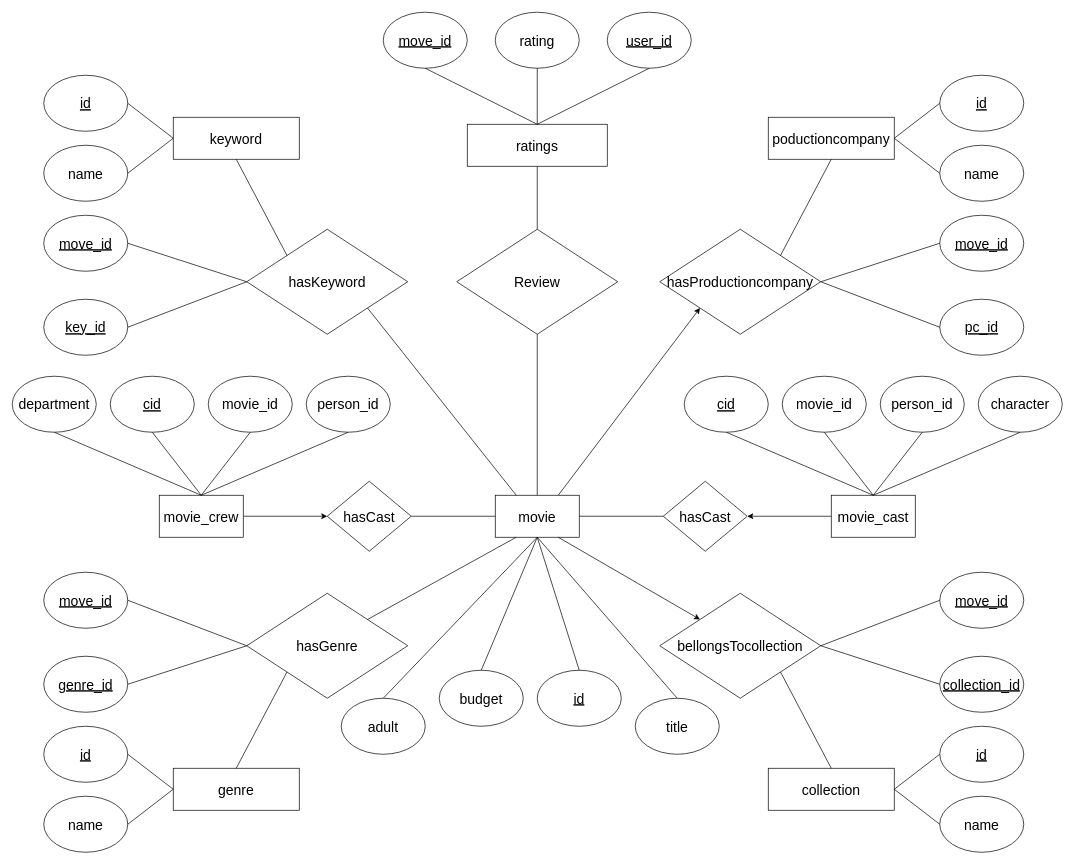
Morthlog/Databases keeps this draw.io diagram as ex 4/ER.drawio. Above is the earlier version. Source tidied: cells renumbered, new cells numbered last; positions are measured from the earlier drawing's top-left corner, leaving out a move shared by most shapes. Both pictures are drawn from the tidied source at 70%, with x=0, y=0 at pixel (12, 12).
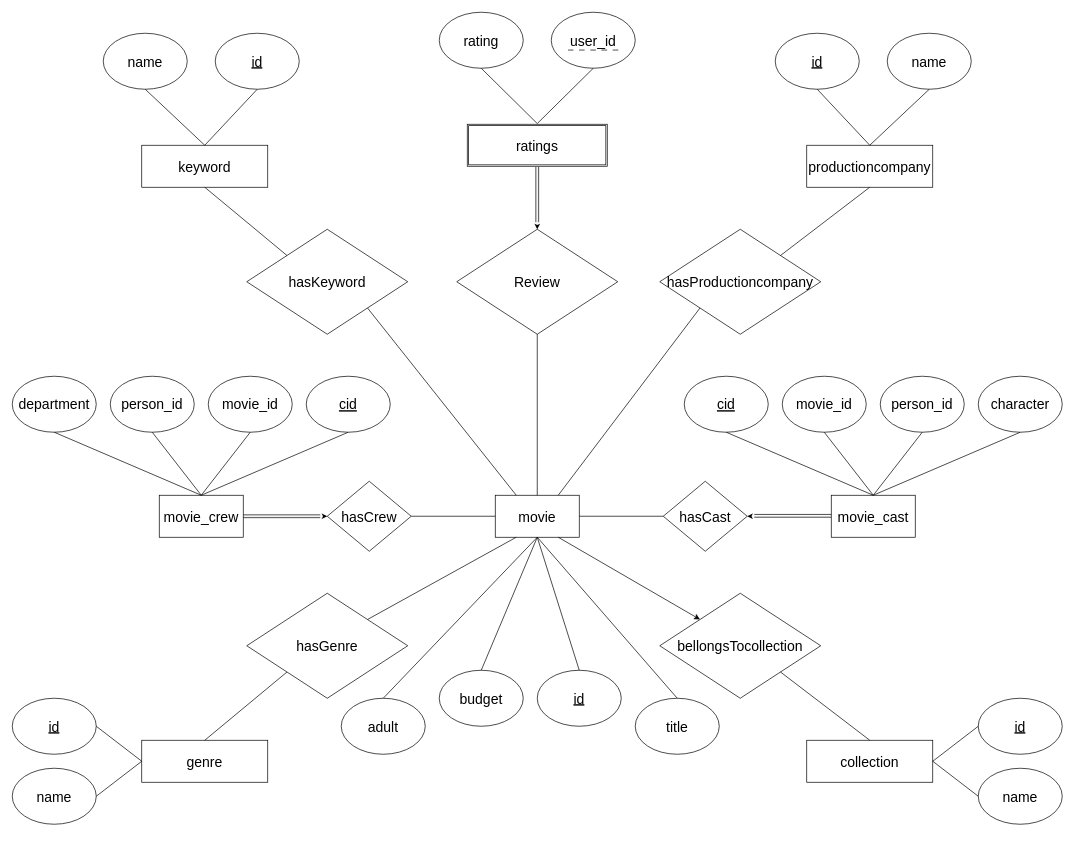
After the change.

The change refers to these unchanged cells:
```xml
<mxCell id="2" value="movie" style="rounded=0;whiteSpace=wrap;html=1;fontSize=20;" parent="1" vertex="1">
  <mxGeometry x="690" y="690" width="120" height="60" as="geometry" />
</mxCell>
<mxCell id="11" value="hasCast" style="rhombus;whiteSpace=wrap;html=1;fontSize=20;" parent="1" vertex="1">
  <mxGeometry x="930" y="670" width="120" height="100" as="geometry" />
</mxCell>
<mxCell id="16" value="movie_cast" style="rounded=0;whiteSpace=wrap;html=1;fontSize=20;" parent="1" vertex="1">
  <mxGeometry x="1170" y="690" width="120" height="60" as="geometry" />
</mxCell>
<mxCell id="17" value="&lt;div&gt;movie_crew&lt;/div&gt;" style="rounded=0;whiteSpace=wrap;html=1;fontSize=20;" parent="1" vertex="1">
  <mxGeometry x="210" y="690" width="120" height="60" as="geometry" />
</mxCell>
<mxCell id="42" value="bellongsTocollection" style="rhombus;whiteSpace=wrap;html=1;fontSize=20;" parent="1" vertex="1">
  <mxGeometry x="925" y="830" width="230" height="150" as="geometry" />
</mxCell>
<mxCell id="55" value="hasGenre" style="rhombus;whiteSpace=wrap;html=1;fontSize=20;" parent="1" vertex="1">
  <mxGeometry x="335" y="830" width="230" height="150" as="geometry" />
</mxCell>
<mxCell id="74" value="hasProductioncompany" style="rhombus;whiteSpace=wrap;html=1;fontSize=20;" parent="1" vertex="1">
  <mxGeometry x="925" y="310" width="230" height="150" as="geometry" />
</mxCell>
<mxCell id="83" value="hasKeyword" style="rhombus;whiteSpace=wrap;html=1;fontSize=20;" parent="1" vertex="1">
  <mxGeometry x="335" y="310" width="230" height="150" as="geometry" />
</mxCell>
<mxCell id="86" value="Review" style="rhombus;whiteSpace=wrap;html=1;fontSize=20;" parent="1" vertex="1">
  <mxGeometry x="635" y="310" width="230" height="150" as="geometry" />
</mxCell>
```

Diff of the diagram source:
```diff
@@
-    <mxCell id="12" value="hasCast" style="rhombus;whiteSpace=wrap;html=1;fontSize=20;" parent="1" vertex="1">
+    <mxCell id="12" value="hasCrew" style="rhombus;whiteSpace=wrap;html=1;fontSize=20;" parent="1" vertex="1">
       <mxGeometry x="450" y="670" width="120" height="100" as="geometry" />
     </mxCell>
@@
-    <mxCell id="15" style="endArrow=classic;html=1;rounded=0;exitX=1;exitY=0.5;exitDx=0;exitDy=0;entryX=0;entryY=0.5;entryDx=0;entryDy=0;" parent="1" edge="1" source="17" target="12">
-      <mxGeometry relative="1" as="geometry" />
-    </mxCell>
@@
-    <mxCell id="18" style="endArrow=classic;html=1;rounded=0;exitX=0;exitY=0.5;exitDx=0;exitDy=0;entryX=1;entryY=0.5;entryDx=0;entryDy=0;" parent="1" edge="1" source="16" target="11">
-      <mxGeometry relative="1" as="geometry" />
-    </mxCell>
@@
-    <mxCell id="22" value="&lt;u&gt;cid&lt;/u&gt;" style="ellipse;whiteSpace=wrap;html=1;fontSize=20;" parent="1" vertex="1">
+    <mxCell id="22" value="person_id" style="ellipse;whiteSpace=wrap;html=1;fontSize=20;" parent="1" vertex="1">
       <mxGeometry x="140" y="520" width="120" height="80" as="geometry" />
     </mxCell>
@@
-    <mxCell id="24" value="person_id" style="ellipse;whiteSpace=wrap;html=1;fontSize=20;" parent="1" vertex="1">
+    <mxCell id="24" value="&lt;u&gt;cid&lt;/u&gt;" style="ellipse;whiteSpace=wrap;html=1;fontSize=20;" parent="1" vertex="1">
       <mxGeometry x="420" y="520" width="120" height="80" as="geometry" />
     </mxCell>
@@
     <mxCell id="33" value="collection" style="rounded=0;whiteSpace=wrap;html=1;fontSize=20;" parent="1" vertex="1">
-      <mxGeometry x="1080" y="1080" width="180" height="60" as="geometry" />
+      <mxGeometry x="1135" y="1040" width="180" height="60" as="geometry" />
     </mxCell>
     <mxCell id="34" value="name" style="ellipse;whiteSpace=wrap;html=1;fontSize=20;" parent="1" vertex="1">
-      <mxGeometry x="1325" y="1120" width="120" height="80" as="geometry" />
+      <mxGeometry x="1380" y="1080" width="120" height="80" as="geometry" />
     </mxCell>
     <mxCell id="35" value="&lt;u&gt;id&lt;/u&gt;" style="ellipse;whiteSpace=wrap;html=1;fontSize=20;" parent="1" vertex="1">
-      <mxGeometry x="1325" y="1020" width="120" height="80" as="geometry" />
+      <mxGeometry x="1380" y="980" width="120" height="80" as="geometry" />
     </mxCell>
@@
-    <mxCell id="38" value="&lt;u&gt;collection_id&lt;/u&gt;" style="ellipse;whiteSpace=wrap;html=1;fontSize=20;" parent="1" vertex="1">
-      <mxGeometry x="1325" y="920" width="120" height="80" as="geometry" />
-    </mxCell>
-    <mxCell id="39" value="&lt;u&gt;move_id&lt;/u&gt;" style="ellipse;whiteSpace=wrap;html=1;fontSize=20;" parent="1" vertex="1">
-      <mxGeometry x="1325" y="800" width="120" height="80" as="geometry" />
-    </mxCell>
-    <mxCell id="40" style="endArrow=none;html=1;rounded=0;entryX=0;entryY=0.5;entryDx=0;entryDy=0;exitX=1;exitY=0.5;exitDx=0;exitDy=0;" parent="1" edge="1" source="42" target="39">
-      <mxGeometry relative="1" as="geometry" />
-    </mxCell>
-    <mxCell id="41" style="endArrow=none;html=1;rounded=0;entryX=0;entryY=0.5;entryDx=0;entryDy=0;exitX=1;exitY=0.5;exitDx=0;exitDy=0;" parent="1" edge="1" source="42" target="38">
-      <mxGeometry relative="1" as="geometry" />
-    </mxCell>
@@
     <mxCell id="45" value="genre" style="rounded=0;whiteSpace=wrap;html=1;fontSize=20;flipH=1;flipV=1;" parent="1" vertex="1">
-      <mxGeometry x="230" y="1080" width="180" height="60" as="geometry" />
+      <mxGeometry x="185" y="1040" width="180" height="60" as="geometry" />
     </mxCell>
     <mxCell id="46" value="name" style="ellipse;whiteSpace=wrap;html=1;fontSize=20;flipH=1;flipV=1;" parent="1" vertex="1">
-      <mxGeometry x="45" y="1120" width="120" height="80" as="geometry" />
+      <mxGeometry y="1080" width="120" height="80" as="geometry" />
     </mxCell>
     <mxCell id="47" value="&lt;u&gt;id&lt;/u&gt;" style="ellipse;whiteSpace=wrap;html=1;fontSize=20;flipH=1;flipV=1;" parent="1" vertex="1">
-      <mxGeometry x="45" y="1020" width="120" height="80" as="geometry" />
+      <mxGeometry y="980" width="120" height="80" as="geometry" />
     </mxCell>
@@
-    <mxCell id="50" value="&lt;u&gt;genre_id&lt;/u&gt;" style="ellipse;whiteSpace=wrap;html=1;fontSize=20;flipH=1;flipV=1;" parent="1" vertex="1">
-      <mxGeometry x="45" y="920" width="120" height="80" as="geometry" />
-    </mxCell>
-    <mxCell id="51" value="&lt;u&gt;move_id&lt;/u&gt;" style="ellipse;whiteSpace=wrap;html=1;fontSize=20;flipH=1;flipV=1;" parent="1" vertex="1">
-      <mxGeometry x="45" y="800" width="120" height="80" as="geometry" />
-    </mxCell>
@@
-    <mxCell id="53" style="endArrow=classic;html=1;rounded=0;exitX=0.75;exitY=0;exitDx=0;exitDy=0;entryX=0;entryY=1;entryDx=0;entryDy=0;" parent="1" edge="1" source="2" target="74">
-      <mxGeometry relative="1" as="geometry" />
-    </mxCell>
@@
-    <mxCell id="56" style="endArrow=none;html=1;rounded=0;entryX=0;entryY=0.5;entryDx=0;entryDy=0;exitX=1;exitY=0.5;exitDx=0;exitDy=0;" parent="1" edge="1" source="50" target="55">
-      <mxGeometry relative="1" as="geometry" />
-    </mxCell>
-    <mxCell id="57" style="endArrow=none;html=1;rounded=0;entryX=0;entryY=0.5;entryDx=0;entryDy=0;exitX=1;exitY=0.5;exitDx=0;exitDy=0;" parent="1" edge="1" source="51" target="55">
-      <mxGeometry relative="1" as="geometry" />
-    </mxCell>
-    <mxCell id="58" value="ratings" style="rounded=0;whiteSpace=wrap;html=1;fontSize=20;flipH=1;flipV=1;" parent="1" vertex="1">
-      <mxGeometry x="650" y="160" width="200" height="60" as="geometry" />
-    </mxCell>
     <mxCell id="59" value="rating" style="ellipse;whiteSpace=wrap;html=1;fontSize=20;flipH=1;flipV=1;" parent="1" vertex="1">
-      <mxGeometry x="690" width="120" height="80" as="geometry" />
+      <mxGeometry x="610" width="120" height="80" as="geometry" />
     </mxCell>
-    <mxCell id="60" value="&lt;u&gt;move_id&lt;/u&gt;" style="ellipse;whiteSpace=wrap;html=1;fontSize=20;flipH=1;flipV=1;" parent="1" vertex="1">
-      <mxGeometry x="530" width="120" height="80" as="geometry" />
-    </mxCell>
-    <mxCell id="61" style="endArrow=none;html=1;rounded=0;entryX=0.5;entryY=1;entryDx=0;entryDy=0;exitX=0.5;exitY=0;exitDx=0;exitDy=0;" parent="1" edge="1" source="58" target="60">
-      <mxGeometry relative="1" as="geometry" />
-    </mxCell>
@@
-    <mxCell id="63" value="&lt;u&gt;user_id&lt;/u&gt;" style="ellipse;whiteSpace=wrap;html=1;fontSize=20;flipH=1;flipV=1;" parent="1" vertex="1">
-      <mxGeometry x="850" width="120" height="80" as="geometry" />
+    <mxCell id="63" value="user_id" style="ellipse;whiteSpace=wrap;html=1;fontSize=20;flipH=1;flipV=1;" parent="1" vertex="1">
+      <mxGeometry x="770" width="120" height="80" as="geometry" />
     </mxCell>
@@
-    <mxCell id="65" value="poductioncompany" style="rounded=0;whiteSpace=wrap;html=1;fontSize=20;" parent="1" vertex="1">
-      <mxGeometry x="1080" y="150" width="180" height="60" as="geometry" />
+    <mxCell id="65" value="productioncompany" style="rounded=0;whiteSpace=wrap;html=1;fontSize=20;" parent="1" vertex="1">
+      <mxGeometry x="1135" y="190" width="180" height="60" as="geometry" />
     </mxCell>
     <mxCell id="66" value="&lt;u&gt;id&lt;/u&gt;" style="ellipse;whiteSpace=wrap;html=1;fontSize=20;" parent="1" vertex="1">
-      <mxGeometry x="1325" y="90" width="120" height="80" as="geometry" />
+      <mxGeometry x="1090" y="30" width="120" height="80" as="geometry" />
     </mxCell>
     <mxCell id="67" value="name" style="ellipse;whiteSpace=wrap;html=1;fontSize=20;" parent="1" vertex="1">
-      <mxGeometry x="1325" y="190" width="120" height="80" as="geometry" />
+      <mxGeometry x="1250" y="30" width="120" height="80" as="geometry" />
     </mxCell>
-    <mxCell id="68" style="endArrow=none;html=1;rounded=0;entryX=0;entryY=0.5;entryDx=0;entryDy=0;exitX=1;exitY=0.5;exitDx=0;exitDy=0;" parent="1" edge="1" source="65" target="67">
-      <mxGeometry relative="1" as="geometry" />
-    </mxCell>
-    <mxCell id="69" style="endArrow=none;html=1;rounded=0;entryX=0;entryY=0.5;entryDx=0;entryDy=0;exitX=1;exitY=0.5;exitDx=0;exitDy=0;" parent="1" edge="1" source="65" target="66">
-      <mxGeometry relative="1" as="geometry" />
-    </mxCell>
-    <mxCell id="70" value="&lt;u&gt;move_id&lt;/u&gt;" style="ellipse;whiteSpace=wrap;html=1;fontSize=20;" parent="1" vertex="1">
-      <mxGeometry x="1325" y="290" width="120" height="80" as="geometry" />
-    </mxCell>
-    <mxCell id="71" value="&lt;u&gt;pc_id&lt;/u&gt;" style="ellipse;whiteSpace=wrap;html=1;fontSize=20;" parent="1" vertex="1">
-      <mxGeometry x="1325" y="410" width="120" height="80" as="geometry" />
-    </mxCell>
-    <mxCell id="72" style="endArrow=none;html=1;rounded=0;entryX=0;entryY=0.5;entryDx=0;entryDy=0;exitX=1;exitY=0.5;exitDx=0;exitDy=0;" parent="1" edge="1" source="74" target="71">
-      <mxGeometry relative="1" as="geometry" />
-    </mxCell>
-    <mxCell id="73" style="endArrow=none;html=1;rounded=0;entryX=0;entryY=0.5;entryDx=0;entryDy=0;exitX=1;exitY=0.5;exitDx=0;exitDy=0;" parent="1" edge="1" source="74" target="70">
-      <mxGeometry relative="1" as="geometry" />
-    </mxCell>
@@
     <mxCell id="76" value="keyword" style="rounded=0;whiteSpace=wrap;html=1;fontSize=20;flipH=1;flipV=1;" parent="1" vertex="1">
-      <mxGeometry x="230" y="150" width="180" height="60" as="geometry" />
+      <mxGeometry x="185" y="190" width="180" height="60" as="geometry" />
     </mxCell>
     <mxCell id="77" value="&lt;u&gt;id&lt;/u&gt;" style="ellipse;whiteSpace=wrap;html=1;fontSize=20;flipH=1;flipV=1;" parent="1" vertex="1">
-      <mxGeometry x="45" y="90" width="120" height="80" as="geometry" />
+      <mxGeometry x="290" y="30" width="120" height="80" as="geometry" />
     </mxCell>
     <mxCell id="78" value="name" style="ellipse;whiteSpace=wrap;html=1;fontSize=20;flipH=1;flipV=1;" parent="1" vertex="1">
-      <mxGeometry x="45" y="190" width="120" height="80" as="geometry" />
+      <mxGeometry x="130" y="30" width="120" height="80" as="geometry" />
     </mxCell>
-    <mxCell id="79" style="endArrow=none;html=1;rounded=0;entryX=1;entryY=0.5;entryDx=0;entryDy=0;exitX=0;exitY=0.5;exitDx=0;exitDy=0;" parent="1" edge="1" source="76" target="78">
-      <mxGeometry relative="1" as="geometry" />
-    </mxCell>
-    <mxCell id="80" style="endArrow=none;html=1;rounded=0;entryX=1;entryY=0.5;entryDx=0;entryDy=0;exitX=0;exitY=0.5;exitDx=0;exitDy=0;" parent="1" edge="1" source="76" target="77">
-      <mxGeometry relative="1" as="geometry" />
-    </mxCell>
-    <mxCell id="81" value="&lt;u&gt;move_id&lt;/u&gt;" style="ellipse;whiteSpace=wrap;html=1;fontSize=20;flipH=1;flipV=1;" parent="1" vertex="1">
-      <mxGeometry x="45" y="290" width="120" height="80" as="geometry" />
-    </mxCell>
-    <mxCell id="82" value="&lt;u&gt;key_id&lt;/u&gt;" style="ellipse;whiteSpace=wrap;html=1;fontSize=20;flipH=1;flipV=1;" parent="1" vertex="1">
-      <mxGeometry x="45" y="410" width="120" height="80" as="geometry" />
-    </mxCell>
@@
-    <mxCell id="84" style="endArrow=none;html=1;rounded=0;entryX=0;entryY=0.5;entryDx=0;entryDy=0;exitX=1;exitY=0.5;exitDx=0;exitDy=0;" parent="1" edge="1" source="81" target="83">
-      <mxGeometry relative="1" as="geometry" />
-    </mxCell>
-    <mxCell id="85" style="endArrow=none;html=1;rounded=0;entryX=0;entryY=0.5;entryDx=0;entryDy=0;exitX=1;exitY=0.5;exitDx=0;exitDy=0;" parent="1" edge="1" source="82" target="83">
-      <mxGeometry relative="1" as="geometry" />
-    </mxCell>
@@
-    <mxCell id="91" style="endArrow=none;html=1;rounded=0;entryX=0.5;entryY=1;entryDx=0;entryDy=0;exitX=0.5;exitY=0;exitDx=0;exitDy=0;" parent="1" edge="1" source="86" target="58">
-      <mxGeometry relative="1" as="geometry" />
-    </mxCell>
@@
+    <mxCell id="53" style="endArrow=none;html=1;rounded=0;entryX=0;entryY=1;entryDx=0;entryDy=0;exitX=0.75;exitY=0;exitDx=0;exitDy=0;" parent="1" edge="1" source="2" target="74">
+      <mxGeometry relative="1" as="geometry" />
+    </mxCell>
+    <mxCell id="58" value="ratings" style="shape=ext;double=1;rounded=0;whiteSpace=wrap;html=1;strokeWidth=1;perimeterSpacing=1;arcSize=15;fontSize=20;" parent="1" vertex="1">
+      <mxGeometry x="650" y="160" width="200" height="60" as="geometry" />
+    </mxCell>
+    <mxCell id="93" style="shape=link;html=1;rounded=0;fontSize=12;startSize=8;endSize=8;curved=1;exitX=1;exitY=0.5;exitDx=0;exitDy=0;" parent="1" edge="1" source="17">
+      <mxGeometry relative="1" as="geometry">
+        <mxPoint x="440" y="720" as="targetPoint" />
+      </mxGeometry>
+    </mxCell>
+    <mxCell id="15" style="endArrow=classic;html=1;rounded=0;fontSize=12;startSize=8;endSize=8;curved=1;entryX=0;entryY=0.5;entryDx=0;entryDy=0;exitX=1;exitY=0.5;exitDx=0;exitDy=0;strokeWidth=0;" parent="1" edge="1" source="17" target="12">
+      <mxGeometry relative="1" as="geometry" />
+    </mxCell>
+    <mxCell id="94" style="shape=link;html=1;rounded=0;fontSize=12;startSize=8;endSize=8;curved=1;exitX=1;exitY=0.5;exitDx=0;exitDy=0;" parent="1" edge="1">
+      <mxGeometry relative="1" as="geometry">
+        <mxPoint x="1170" y="719.4" as="sourcePoint" />
+        <mxPoint x="1060" y="719.4" as="targetPoint" />
+      </mxGeometry>
+    </mxCell>
+    <mxCell id="18" style="endArrow=classic;html=1;rounded=0;fontSize=12;startSize=8;endSize=8;curved=1;exitX=0;exitY=0.5;exitDx=0;exitDy=0;strokeWidth=0;entryX=1;entryY=0.5;entryDx=0;entryDy=0;" parent="1" edge="1" source="16" target="11">
+      <mxGeometry relative="1" as="geometry" />
+    </mxCell>
+    <mxCell id="95" style="shape=link;html=1;rounded=0;fontSize=12;startSize=8;endSize=8;curved=1;entryX=0.5;entryY=1;entryDx=0;entryDy=0;" parent="1" edge="1" target="58">
+      <mxGeometry relative="1" as="geometry">
+        <mxPoint x="750" y="300" as="sourcePoint" />
+      </mxGeometry>
+    </mxCell>
+    <mxCell id="96" style="endArrow=classic;html=1;rounded=0;fontSize=12;startSize=8;endSize=8;curved=1;entryX=0.5;entryY=0;entryDx=0;entryDy=0;exitX=0.5;exitY=1;exitDx=0;exitDy=0;strokeWidth=0;" parent="1" edge="1" source="58" target="86">
+      <mxGeometry relative="1" as="geometry" />
+    </mxCell>
+    <mxCell id="97" style="endArrow=none;html=1;rounded=0;fontSize=12;startSize=8;endSize=8;curved=1;dashed=1;dashPattern=8 8;" parent="1" edge="1">
+      <mxGeometry relative="1" as="geometry">
+        <mxPoint x="794" y="54" as="sourcePoint" />
+        <mxPoint x="870" y="54" as="targetPoint" />
+      </mxGeometry>
+    </mxCell>
+    <mxCell id="69" style="endArrow=none;html=1;rounded=0;entryX=0.5;entryY=1;entryDx=0;entryDy=0;exitX=0.5;exitY=0;exitDx=0;exitDy=0;" parent="1" edge="1" source="65" target="66">
+      <mxGeometry relative="1" as="geometry" />
+    </mxCell>
+    <mxCell id="68" style="endArrow=none;html=1;rounded=0;entryX=0.5;entryY=1;entryDx=0;entryDy=0;exitX=0.5;exitY=0;exitDx=0;exitDy=0;" parent="1" edge="1" source="65" target="67">
+      <mxGeometry relative="1" as="geometry" />
+    </mxCell>
+    <mxCell id="79" style="endArrow=none;html=1;rounded=0;entryX=0.5;entryY=1;entryDx=0;entryDy=0;exitX=0.5;exitY=0;exitDx=0;exitDy=0;" parent="1" edge="1" source="76" target="78">
+      <mxGeometry relative="1" as="geometry" />
+    </mxCell>
+    <mxCell id="80" style="endArrow=none;html=1;rounded=0;entryX=0.5;entryY=1;entryDx=0;entryDy=0;exitX=0.5;exitY=0;exitDx=0;exitDy=0;" parent="1" edge="1" source="76" target="77">
+      <mxGeometry relative="1" as="geometry" />
+    </mxCell>
```
